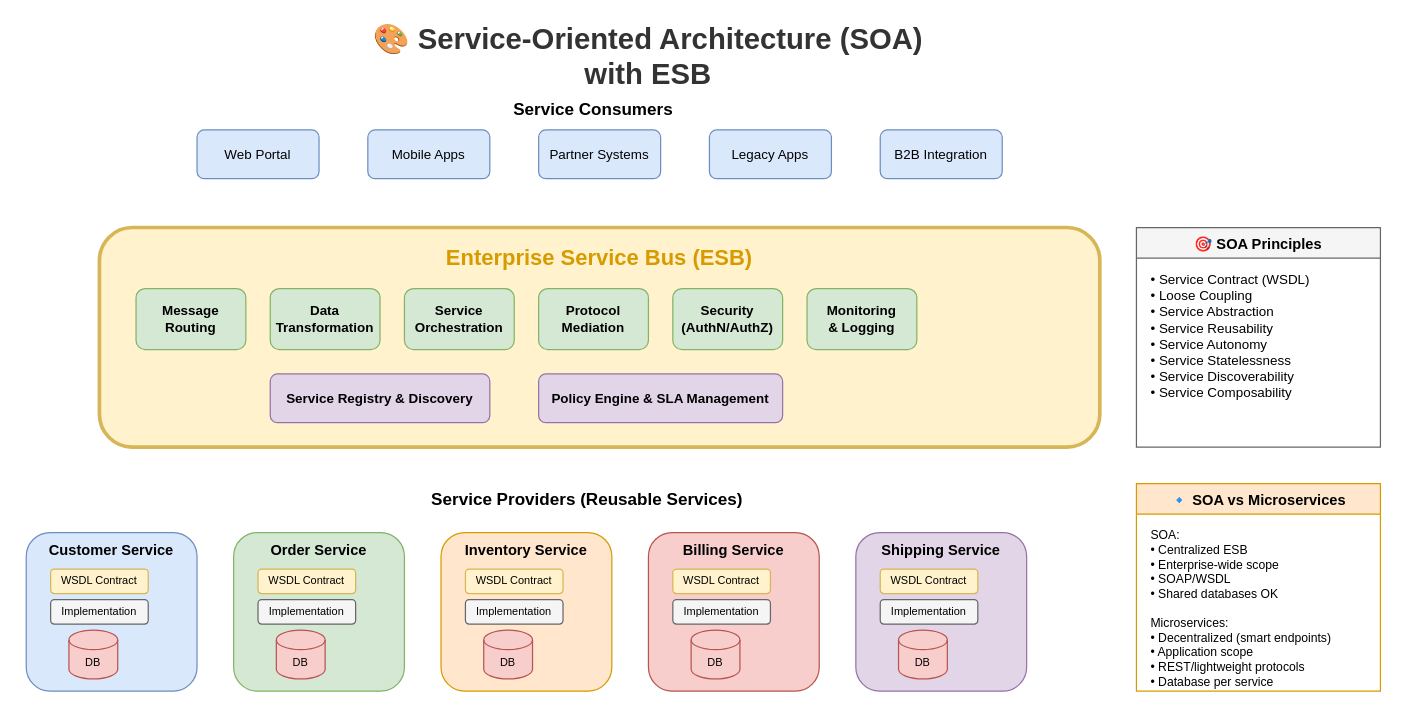
MrParkerZ7/document-lesson-software-architect-x-claude keeps this draw.io diagram as lesson-01-software-design-architecture/02-architecture-styles/2.3-soa-esb-architecture.drawio. Above is the earlier version. Source tidied: cells renumbered, new cells numbered last; positions are measured from the earlier drawing's top-left corner, leaving out a move shared by most shapes. Both pictures are drawn from the tidied source at 122%, with x=0, y=0 at pixel (26, 32).
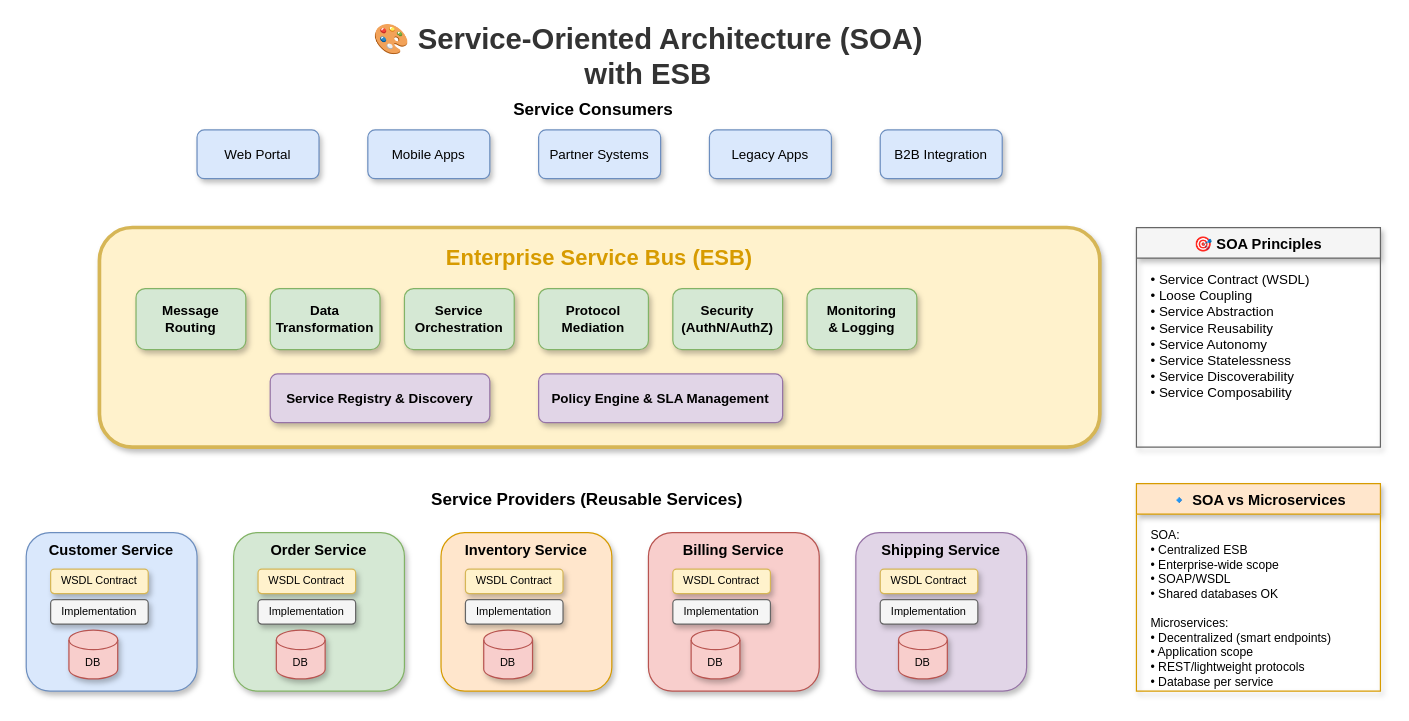
The same diagram, later.

Change to the diagram source:
```diff
@@
-    <mxCell id="4" value="Web Portal" style="rounded=1;whiteSpace=wrap;html=1;fillColor=#dae8fc;strokeColor=#6c8ebf;fontSize=11;" parent="1" vertex="1">
+    <mxCell id="4" value="Web Portal" style="rounded=1;whiteSpace=wrap;html=1;fillColor=#dae8fc;strokeColor=#6c8ebf;fontSize=11;shadow=1;" parent="1" vertex="1">
       <mxGeometry x="140" y="80" width="100" height="40" as="geometry" />
     </mxCell>
-    <mxCell id="5" value="Mobile Apps" style="rounded=1;whiteSpace=wrap;html=1;fillColor=#dae8fc;strokeColor=#6c8ebf;fontSize=11;" parent="1" vertex="1">
+    <mxCell id="5" value="Mobile Apps" style="rounded=1;whiteSpace=wrap;html=1;fillColor=#dae8fc;strokeColor=#6c8ebf;fontSize=11;shadow=1;" parent="1" vertex="1">
       <mxGeometry x="280" y="80" width="100" height="40" as="geometry" />
     </mxCell>
-    <mxCell id="6" value="Partner Systems" style="rounded=1;whiteSpace=wrap;html=1;fillColor=#dae8fc;strokeColor=#6c8ebf;fontSize=11;" parent="1" vertex="1">
+    <mxCell id="6" value="Partner Systems" style="rounded=1;whiteSpace=wrap;html=1;fillColor=#dae8fc;strokeColor=#6c8ebf;fontSize=11;shadow=1;" parent="1" vertex="1">
       <mxGeometry x="420" y="80" width="100" height="40" as="geometry" />
     </mxCell>
-    <mxCell id="7" value="Legacy Apps" style="rounded=1;whiteSpace=wrap;html=1;fillColor=#dae8fc;strokeColor=#6c8ebf;fontSize=11;" parent="1" vertex="1">
+    <mxCell id="7" value="Legacy Apps" style="rounded=1;whiteSpace=wrap;html=1;fillColor=#dae8fc;strokeColor=#6c8ebf;fontSize=11;shadow=1;" parent="1" vertex="1">
       <mxGeometry x="560" y="80" width="100" height="40" as="geometry" />
     </mxCell>
-    <mxCell id="8" value="B2B Integration" style="rounded=1;whiteSpace=wrap;html=1;fillColor=#dae8fc;strokeColor=#6c8ebf;fontSize=11;" parent="1" vertex="1">
+    <mxCell id="8" value="B2B Integration" style="rounded=1;whiteSpace=wrap;html=1;fillColor=#dae8fc;strokeColor=#6c8ebf;fontSize=11;shadow=1;" parent="1" vertex="1">
       <mxGeometry x="700" y="80" width="100" height="40" as="geometry" />
     </mxCell>
-    <mxCell id="9" style="rounded=1;whiteSpace=wrap;html=1;fillColor=#fff2cc;strokeColor=#d6b656;strokeWidth=3;" parent="1" vertex="1">
+    <mxCell id="9" style="rounded=1;whiteSpace=wrap;html=1;fillColor=#fff2cc;strokeColor=#d6b656;strokeWidth=3;shadow=1;" parent="1" vertex="1">
       <mxGeometry x="60" y="160" width="820" height="180" as="geometry" />
     </mxCell>
@@
-    <mxCell id="11" value="Message&#10;Routing" style="rounded=1;whiteSpace=wrap;html=1;fillColor=#d5e8d4;strokeColor=#82b366;fontSize=11;fontStyle=1;" parent="1" vertex="1">
+    <mxCell id="11" value="Message&#10;Routing" style="rounded=1;whiteSpace=wrap;html=1;fillColor=#d5e8d4;strokeColor=#82b366;fontSize=11;fontStyle=1;shadow=1;" parent="1" vertex="1">
       <mxGeometry x="90" y="210" width="90" height="50" as="geometry" />
     </mxCell>
-    <mxCell id="12" value="Data&#10;Transformation" style="rounded=1;whiteSpace=wrap;html=1;fillColor=#d5e8d4;strokeColor=#82b366;fontSize=11;fontStyle=1;" parent="1" vertex="1">
+    <mxCell id="12" value="Data&#10;Transformation" style="rounded=1;whiteSpace=wrap;html=1;fillColor=#d5e8d4;strokeColor=#82b366;fontSize=11;fontStyle=1;shadow=1;" parent="1" vertex="1">
       <mxGeometry x="200" y="210" width="90" height="50" as="geometry" />
     </mxCell>
-    <mxCell id="13" value="Service&#10;Orchestration" style="rounded=1;whiteSpace=wrap;html=1;fillColor=#d5e8d4;strokeColor=#82b366;fontSize=11;fontStyle=1;" parent="1" vertex="1">
+    <mxCell id="13" value="Service&#10;Orchestration" style="rounded=1;whiteSpace=wrap;html=1;fillColor=#d5e8d4;strokeColor=#82b366;fontSize=11;fontStyle=1;shadow=1;" parent="1" vertex="1">
       <mxGeometry x="310" y="210" width="90" height="50" as="geometry" />
     </mxCell>
-    <mxCell id="14" value="Protocol&#10;Mediation" style="rounded=1;whiteSpace=wrap;html=1;fillColor=#d5e8d4;strokeColor=#82b366;fontSize=11;fontStyle=1;" parent="1" vertex="1">
+    <mxCell id="14" value="Protocol&#10;Mediation" style="rounded=1;whiteSpace=wrap;html=1;fillColor=#d5e8d4;strokeColor=#82b366;fontSize=11;fontStyle=1;shadow=1;" parent="1" vertex="1">
       <mxGeometry x="420" y="210" width="90" height="50" as="geometry" />
     </mxCell>
-    <mxCell id="15" value="Security&#10;(AuthN/AuthZ)" style="rounded=1;whiteSpace=wrap;html=1;fillColor=#d5e8d4;strokeColor=#82b366;fontSize=11;fontStyle=1;" parent="1" vertex="1">
+    <mxCell id="15" value="Security&#10;(AuthN/AuthZ)" style="rounded=1;whiteSpace=wrap;html=1;fillColor=#d5e8d4;strokeColor=#82b366;fontSize=11;fontStyle=1;shadow=1;" parent="1" vertex="1">
       <mxGeometry x="530" y="210" width="90" height="50" as="geometry" />
     </mxCell>
-    <mxCell id="16" value="Monitoring&#10;&amp; Logging" style="rounded=1;whiteSpace=wrap;html=1;fillColor=#d5e8d4;strokeColor=#82b366;fontSize=11;fontStyle=1;" parent="1" vertex="1">
+    <mxCell id="16" value="Monitoring&#10;&amp; Logging" style="rounded=1;whiteSpace=wrap;html=1;fillColor=#d5e8d4;strokeColor=#82b366;fontSize=11;fontStyle=1;shadow=1;" parent="1" vertex="1">
       <mxGeometry x="640" y="210" width="90" height="50" as="geometry" />
     </mxCell>
-    <mxCell id="17" value="Service Registry &amp; Discovery" style="rounded=1;whiteSpace=wrap;html=1;fillColor=#e1d5e7;strokeColor=#9673a6;fontSize=11;fontStyle=1;" parent="1" vertex="1">
+    <mxCell id="17" value="Service Registry &amp; Discovery" style="rounded=1;whiteSpace=wrap;html=1;fillColor=#e1d5e7;strokeColor=#9673a6;fontSize=11;fontStyle=1;shadow=1;" parent="1" vertex="1">
       <mxGeometry x="200" y="280" width="180" height="40" as="geometry" />
     </mxCell>
-    <mxCell id="18" value="Policy Engine &amp; SLA Management" style="rounded=1;whiteSpace=wrap;html=1;fillColor=#e1d5e7;strokeColor=#9673a6;fontSize=11;fontStyle=1;" parent="1" vertex="1">
+    <mxCell id="18" value="Policy Engine &amp; SLA Management" style="rounded=1;whiteSpace=wrap;html=1;fillColor=#e1d5e7;strokeColor=#9673a6;fontSize=11;fontStyle=1;shadow=1;" parent="1" vertex="1">
       <mxGeometry x="420" y="280" width="200" height="40" as="geometry" />
     </mxCell>
@@
-    <mxCell id="20" style="rounded=1;whiteSpace=wrap;html=1;fillColor=#dae8fc;strokeColor=#6c8ebf;" parent="1" vertex="1">
+    <mxCell id="20" style="rounded=1;whiteSpace=wrap;html=1;fillColor=#dae8fc;strokeColor=#6c8ebf;shadow=1;" parent="1" vertex="1">
       <mxGeometry y="410" width="140" height="130" as="geometry" />
     </mxCell>
@@
-    <mxCell id="22" value="WSDL Contract" style="rounded=1;whiteSpace=wrap;html=1;fillColor=#fff2cc;strokeColor=#d6b656;fontSize=9;" parent="1" vertex="1">
+    <mxCell id="22" value="WSDL Contract" style="rounded=1;whiteSpace=wrap;html=1;fillColor=#fff2cc;strokeColor=#d6b656;fontSize=9;shadow=1;" parent="1" vertex="1">
       <mxGeometry x="20" y="440" width="80" height="20" as="geometry" />
     </mxCell>
-    <mxCell id="23" value="Implementation" style="rounded=1;whiteSpace=wrap;html=1;fillColor=#f5f5f5;strokeColor=#666666;fontSize=9;" parent="1" vertex="1">
+    <mxCell id="23" value="Implementation" style="rounded=1;whiteSpace=wrap;html=1;fillColor=#f5f5f5;strokeColor=#666666;fontSize=9;shadow=1;" parent="1" vertex="1">
       <mxGeometry x="20" y="465" width="80" height="20" as="geometry" />
     </mxCell>
-    <mxCell id="24" value="DB" style="shape=cylinder3;whiteSpace=wrap;html=1;boundedLbl=1;backgroundOutline=1;size=8;fillColor=#f8cecc;strokeColor=#b85450;fontSize=9;" parent="1" vertex="1">
+    <mxCell id="24" value="DB" style="shape=cylinder3;whiteSpace=wrap;html=1;boundedLbl=1;backgroundOutline=1;size=8;fillColor=#f8cecc;strokeColor=#b85450;fontSize=9;shadow=1;" parent="1" vertex="1">
       <mxGeometry x="35" y="490" width="40" height="40" as="geometry" />
     </mxCell>
-    <mxCell id="25" style="rounded=1;whiteSpace=wrap;html=1;fillColor=#d5e8d4;strokeColor=#82b366;" parent="1" vertex="1">
+    <mxCell id="25" style="rounded=1;whiteSpace=wrap;html=1;fillColor=#d5e8d4;strokeColor=#82b366;shadow=1;" parent="1" vertex="1">
       <mxGeometry x="170" y="410" width="140" height="130" as="geometry" />
     </mxCell>
@@
-    <mxCell id="27" value="WSDL Contract" style="rounded=1;whiteSpace=wrap;html=1;fillColor=#fff2cc;strokeColor=#d6b656;fontSize=9;" parent="1" vertex="1">
+    <mxCell id="27" value="WSDL Contract" style="rounded=1;whiteSpace=wrap;html=1;fillColor=#fff2cc;strokeColor=#d6b656;fontSize=9;shadow=1;" parent="1" vertex="1">
       <mxGeometry x="190" y="440" width="80" height="20" as="geometry" />
     </mxCell>
-    <mxCell id="28" value="Implementation" style="rounded=1;whiteSpace=wrap;html=1;fillColor=#f5f5f5;strokeColor=#666666;fontSize=9;" parent="1" vertex="1">
+    <mxCell id="28" value="Implementation" style="rounded=1;whiteSpace=wrap;html=1;fillColor=#f5f5f5;strokeColor=#666666;fontSize=9;shadow=1;" parent="1" vertex="1">
       <mxGeometry x="190" y="465" width="80" height="20" as="geometry" />
     </mxCell>
-    <mxCell id="29" value="DB" style="shape=cylinder3;whiteSpace=wrap;html=1;boundedLbl=1;backgroundOutline=1;size=8;fillColor=#f8cecc;strokeColor=#b85450;fontSize=9;" parent="1" vertex="1">
+    <mxCell id="29" value="DB" style="shape=cylinder3;whiteSpace=wrap;html=1;boundedLbl=1;backgroundOutline=1;size=8;fillColor=#f8cecc;strokeColor=#b85450;fontSize=9;shadow=1;" parent="1" vertex="1">
       <mxGeometry x="205" y="490" width="40" height="40" as="geometry" />
     </mxCell>
-    <mxCell id="30" style="rounded=1;whiteSpace=wrap;html=1;fillColor=#ffe6cc;strokeColor=#d79b00;" parent="1" vertex="1">
+    <mxCell id="30" style="rounded=1;whiteSpace=wrap;html=1;fillColor=#ffe6cc;strokeColor=#d79b00;shadow=1;" parent="1" vertex="1">
       <mxGeometry x="340" y="410" width="140" height="130" as="geometry" />
     </mxCell>
@@
-    <mxCell id="32" value="WSDL Contract" style="rounded=1;whiteSpace=wrap;html=1;fillColor=#fff2cc;strokeColor=#d6b656;fontSize=9;" parent="1" vertex="1">
+    <mxCell id="32" value="WSDL Contract" style="rounded=1;whiteSpace=wrap;html=1;fillColor=#fff2cc;strokeColor=#d6b656;fontSize=9;shadow=1;" parent="1" vertex="1">
       <mxGeometry x="360" y="440" width="80" height="20" as="geometry" />
     </mxCell>
-    <mxCell id="33" value="Implementation" style="rounded=1;whiteSpace=wrap;html=1;fillColor=#f5f5f5;strokeColor=#666666;fontSize=9;" parent="1" vertex="1">
+    <mxCell id="33" value="Implementation" style="rounded=1;whiteSpace=wrap;html=1;fillColor=#f5f5f5;strokeColor=#666666;fontSize=9;shadow=1;" parent="1" vertex="1">
       <mxGeometry x="360" y="465" width="80" height="20" as="geometry" />
     </mxCell>
-    <mxCell id="34" value="DB" style="shape=cylinder3;whiteSpace=wrap;html=1;boundedLbl=1;backgroundOutline=1;size=8;fillColor=#f8cecc;strokeColor=#b85450;fontSize=9;" parent="1" vertex="1">
+    <mxCell id="34" value="DB" style="shape=cylinder3;whiteSpace=wrap;html=1;boundedLbl=1;backgroundOutline=1;size=8;fillColor=#f8cecc;strokeColor=#b85450;fontSize=9;shadow=1;" parent="1" vertex="1">
       <mxGeometry x="375" y="490" width="40" height="40" as="geometry" />
     </mxCell>
-    <mxCell id="35" style="rounded=1;whiteSpace=wrap;html=1;fillColor=#f8cecc;strokeColor=#b85450;" parent="1" vertex="1">
+    <mxCell id="35" style="rounded=1;whiteSpace=wrap;html=1;fillColor=#f8cecc;strokeColor=#b85450;shadow=1;" parent="1" vertex="1">
       <mxGeometry x="510" y="410" width="140" height="130" as="geometry" />
     </mxCell>
@@
-    <mxCell id="37" value="WSDL Contract" style="rounded=1;whiteSpace=wrap;html=1;fillColor=#fff2cc;strokeColor=#d6b656;fontSize=9;" parent="1" vertex="1">
+    <mxCell id="37" value="WSDL Contract" style="rounded=1;whiteSpace=wrap;html=1;fillColor=#fff2cc;strokeColor=#d6b656;fontSize=9;shadow=1;" parent="1" vertex="1">
       <mxGeometry x="530" y="440" width="80" height="20" as="geometry" />
     </mxCell>
-    <mxCell id="38" value="Implementation" style="rounded=1;whiteSpace=wrap;html=1;fillColor=#f5f5f5;strokeColor=#666666;fontSize=9;" parent="1" vertex="1">
+    <mxCell id="38" value="Implementation" style="rounded=1;whiteSpace=wrap;html=1;fillColor=#f5f5f5;strokeColor=#666666;fontSize=9;shadow=1;" parent="1" vertex="1">
       <mxGeometry x="530" y="465" width="80" height="20" as="geometry" />
     </mxCell>
-    <mxCell id="39" value="DB" style="shape=cylinder3;whiteSpace=wrap;html=1;boundedLbl=1;backgroundOutline=1;size=8;fillColor=#f8cecc;strokeColor=#b85450;fontSize=9;" parent="1" vertex="1">
+    <mxCell id="39" value="DB" style="shape=cylinder3;whiteSpace=wrap;html=1;boundedLbl=1;backgroundOutline=1;size=8;fillColor=#f8cecc;strokeColor=#b85450;fontSize=9;shadow=1;" parent="1" vertex="1">
       <mxGeometry x="545" y="490" width="40" height="40" as="geometry" />
     </mxCell>
-    <mxCell id="40" style="rounded=1;whiteSpace=wrap;html=1;fillColor=#e1d5e7;strokeColor=#9673a6;" parent="1" vertex="1">
+    <mxCell id="40" style="rounded=1;whiteSpace=wrap;html=1;fillColor=#e1d5e7;strokeColor=#9673a6;shadow=1;" parent="1" vertex="1">
       <mxGeometry x="680" y="410" width="140" height="130" as="geometry" />
     </mxCell>
@@
-    <mxCell id="42" value="WSDL Contract" style="rounded=1;whiteSpace=wrap;html=1;fillColor=#fff2cc;strokeColor=#d6b656;fontSize=9;" parent="1" vertex="1">
+    <mxCell id="42" value="WSDL Contract" style="rounded=1;whiteSpace=wrap;html=1;fillColor=#fff2cc;strokeColor=#d6b656;fontSize=9;shadow=1;" parent="1" vertex="1">
       <mxGeometry x="700" y="440" width="80" height="20" as="geometry" />
     </mxCell>
-    <mxCell id="43" value="Implementation" style="rounded=1;whiteSpace=wrap;html=1;fillColor=#f5f5f5;strokeColor=#666666;fontSize=9;" parent="1" vertex="1">
+    <mxCell id="43" value="Implementation" style="rounded=1;whiteSpace=wrap;html=1;fillColor=#f5f5f5;strokeColor=#666666;fontSize=9;shadow=1;" parent="1" vertex="1">
       <mxGeometry x="700" y="465" width="80" height="20" as="geometry" />
     </mxCell>
-    <mxCell id="44" value="DB" style="shape=cylinder3;whiteSpace=wrap;html=1;boundedLbl=1;backgroundOutline=1;size=8;fillColor=#f8cecc;strokeColor=#b85450;fontSize=9;" parent="1" vertex="1">
+    <mxCell id="44" value="DB" style="shape=cylinder3;whiteSpace=wrap;html=1;boundedLbl=1;backgroundOutline=1;size=8;fillColor=#f8cecc;strokeColor=#b85450;fontSize=9;shadow=1;" parent="1" vertex="1">
       <mxGeometry x="715" y="490" width="40" height="40" as="geometry" />
     </mxCell>
-    <mxCell id="45" value="🎯 SOA Principles" style="swimlane;fontStyle=1;align=center;verticalAlign=top;horizontal=1;startSize=25;fillColor=#f5f5f5;strokeColor=#666666;" parent="1" vertex="1">
+    <mxCell id="45" value="🎯 SOA Principles" style="swimlane;fontStyle=1;align=center;verticalAlign=top;horizontal=1;startSize=25;fillColor=#f5f5f5;strokeColor=#666666;shadow=1;rounded=0;" parent="1" vertex="1">
       <mxGeometry x="910" y="160" width="200" height="180" as="geometry" />
     </mxCell>
@@
-    <mxCell id="47" value="🔹 SOA vs Microservices" style="swimlane;fontStyle=1;align=center;verticalAlign=top;horizontal=1;startSize=25;fillColor=#ffe6cc;strokeColor=#d79b00;" parent="1" vertex="1">
+    <mxCell id="47" value="🔹 SOA vs Microservices" style="swimlane;fontStyle=1;align=center;verticalAlign=top;horizontal=1;startSize=25;fillColor=#ffe6cc;strokeColor=#d79b00;shadow=1;rounded=0;" parent="1" vertex="1">
       <mxGeometry x="910" y="370" width="200" height="170" as="geometry" />
     </mxCell>
```
